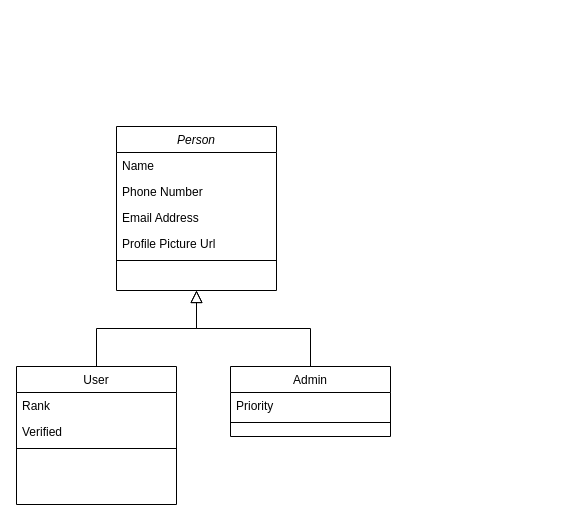
Earlier version of the draw.io diagram TECH-COMMUNITY.drawio.xml (SS0809/diagrams.net). Source tidied: cells renumbered, new cells numbered last; positions are measured from the earlier drawing's top-left corner, leaving out a move shared by most shapes. Both pictures are drawn from the tidied source at 100%, with x=0, y=0 at pixel (16, 126).
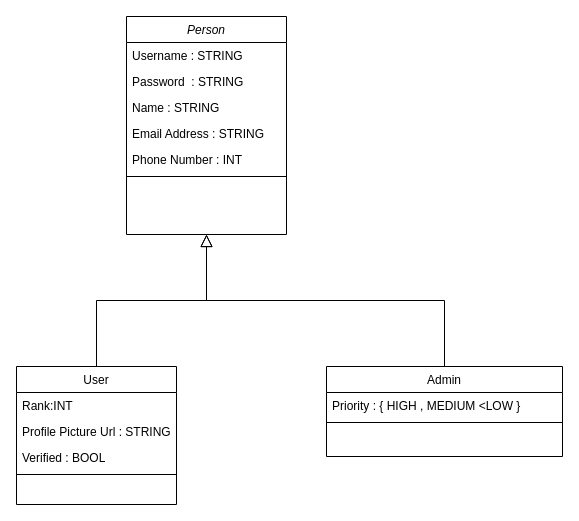
After the change.

The edit, as a diff of the source:
```diff
@@
 <mxGraphModel>
   <root>
     <mxCell id="0" />
     <mxCell id="1" parent="0" />
     <mxCell id="2" value="Person" style="swimlane;fontStyle=2;align=center;verticalAlign=top;horizontal=1;startSize=26;rounded=0;shadow=0;strokeWidth=1;" parent="1" vertex="1">
-      <mxGeometry x="100" width="160" height="164" as="geometry" />
+      <mxGeometry x="110" y="-110" width="160" height="218" as="geometry" />
     </mxCell>
+    <mxCell id="17" value="Username : STRING " style="text;align=left;verticalAlign=top;spacingLeft=4;spacingRight=4;overflow=hidden;" parent="2" vertex="1">
+      <mxGeometry y="26" width="160" height="26" as="geometry" />
+    </mxCell>
+    <mxCell id="18" value="Password  : STRING" style="text;align=left;verticalAlign=top;spacingLeft=4;spacingRight=4;overflow=hidden;" parent="2" vertex="1">
+      <mxGeometry y="52" width="160" height="26" as="geometry" />
+    </mxCell>
-    <mxCell id="3" value="Name" style="text;align=left;verticalAlign=top;spacingLeft=4;spacingRight=4;overflow=hidden;" parent="2" vertex="1">
-      <mxGeometry y="26" width="160" height="26" as="geometry" />
+    <mxCell id="3" value="Name : STRING " style="text;align=left;verticalAlign=top;spacingLeft=4;spacingRight=4;overflow=hidden;" parent="2" vertex="1">
+      <mxGeometry y="78" width="160" height="26" as="geometry" />
     </mxCell>
+    <mxCell id="5" value="Email Address : STRING" style="text;align=left;verticalAlign=top;spacingLeft=4;spacingRight=4;overflow=hidden;rounded=0;shadow=0;html=0;" parent="2" vertex="1">
+      <mxGeometry y="104" width="160" height="26" as="geometry" />
+    </mxCell>
-    <mxCell id="4" value="Phone Number" style="text;align=left;verticalAlign=top;spacingLeft=4;spacingRight=4;overflow=hidden;rounded=0;shadow=0;html=0;" parent="2" vertex="1">
-      <mxGeometry y="52" width="160" height="26" as="geometry" />
+    <mxCell id="4" value="Phone Number : INT" style="text;align=left;verticalAlign=top;spacingLeft=4;spacingRight=4;overflow=hidden;rounded=0;shadow=0;html=0;" parent="2" vertex="1">
+      <mxGeometry y="130" width="160" height="26" as="geometry" />
     </mxCell>
-    <mxCell id="5" value="Email Address" style="text;align=left;verticalAlign=top;spacingLeft=4;spacingRight=4;overflow=hidden;rounded=0;shadow=0;html=0;" parent="2" vertex="1">
-      <mxGeometry y="78" width="160" height="26" as="geometry" />
-    </mxCell>
-    <mxCell id="6" value="Profile Picture Url" style="text;align=left;verticalAlign=top;spacingLeft=4;spacingRight=4;overflow=hidden;rounded=0;shadow=0;html=0;" parent="2" vertex="1">
-      <mxGeometry y="104" width="160" height="26" as="geometry" />
-    </mxCell>
     <mxCell id="7" style="line;html=1;strokeWidth=1;align=left;verticalAlign=middle;spacingTop=-1;spacingLeft=3;spacingRight=3;labelPosition=right;" parent="2" vertex="1">
-      <mxGeometry y="130" width="160" height="8" as="geometry" />
+      <mxGeometry y="156" width="160" height="8" as="geometry" />
     </mxCell>
     <mxCell id="8" value="User" style="swimlane;fontStyle=0;align=center;verticalAlign=top;horizontal=1;startSize=26;rounded=0;shadow=0;strokeWidth=1;" parent="1" vertex="1">
       <mxGeometry y="240" width="160" height="138" as="geometry" />
     </mxCell>
-    <mxCell id="9" value="Rank" style="text;align=left;verticalAlign=top;spacingLeft=4;spacingRight=4;overflow=hidden;" parent="8" vertex="1">
+    <mxCell id="9" value="Rank:INT" style="text;align=left;verticalAlign=top;spacingLeft=4;spacingRight=4;overflow=hidden;" parent="8" vertex="1">
       <mxGeometry y="26" width="160" height="26" as="geometry" />
     </mxCell>
+    <mxCell id="6" value="Profile Picture Url : STRING" style="text;align=left;verticalAlign=top;spacingLeft=4;spacingRight=4;overflow=hidden;rounded=0;shadow=0;html=0;" parent="8" vertex="1">
+      <mxGeometry y="52" width="160" height="26" as="geometry" />
+    </mxCell>
-    <mxCell id="10" value="Verified&#10;" style="text;align=left;verticalAlign=top;spacingLeft=4;spacingRight=4;overflow=hidden;rounded=0;shadow=0;html=0;" parent="8" vertex="1">
-      <mxGeometry y="52" width="160" height="26" as="geometry" />
+    <mxCell id="10" value="Verified : BOOL " style="text;align=left;verticalAlign=top;spacingLeft=4;spacingRight=4;overflow=hidden;rounded=0;shadow=0;html=0;" parent="8" vertex="1">
+      <mxGeometry y="78" width="160" height="26" as="geometry" />
     </mxCell>
     <mxCell id="11" style="line;html=1;strokeWidth=1;align=left;verticalAlign=middle;spacingTop=-1;spacingLeft=3;spacingRight=3;labelPosition=right;" parent="8" vertex="1">
-      <mxGeometry y="78" width="160" height="8" as="geometry" />
+      <mxGeometry y="104" width="160" height="8" as="geometry" />
     </mxCell>
     <mxCell id="12" style="endArrow=block;endSize=10;endFill=0;shadow=0;strokeWidth=1;rounded=0;edgeStyle=elbowEdgeStyle;elbow=vertical;" parent="1" edge="1" source="8" target="2">
       <mxGeometry relative="1" as="geometry" />
     </mxCell>
     <mxCell id="13" value="Admin" style="swimlane;fontStyle=0;align=center;verticalAlign=top;horizontal=1;startSize=26;rounded=0;shadow=0;strokeWidth=1;" parent="1" vertex="1">
-      <mxGeometry x="214" y="240" width="160" height="70" as="geometry" />
+      <mxGeometry x="310" y="240" width="236" height="90" as="geometry" />
     </mxCell>
-    <mxCell id="14" value="Priority" style="text;align=left;verticalAlign=top;spacingLeft=4;spacingRight=4;overflow=hidden;" parent="13" vertex="1">
-      <mxGeometry y="26" width="160" height="26" as="geometry" />
+    <mxCell id="14" value="Priority : { HIGH , MEDIUM &lt;LOW }" style="text;align=left;verticalAlign=top;spacingLeft=4;spacingRight=4;overflow=hidden;" parent="13" vertex="1">
+      <mxGeometry y="26" width="236" height="26" as="geometry" />
     </mxCell>
     <mxCell id="15" style="line;html=1;strokeWidth=1;align=left;verticalAlign=middle;spacingTop=-1;spacingLeft=3;spacingRight=3;labelPosition=right;" parent="13" vertex="1">
-      <mxGeometry y="52" width="160" height="8" as="geometry" />
+      <mxGeometry y="52" width="236" height="8" as="geometry" />
     </mxCell>
     <mxCell id="16" style="endArrow=block;endSize=10;endFill=0;shadow=0;strokeWidth=1;rounded=0;edgeStyle=elbowEdgeStyle;elbow=vertical;" parent="1" edge="1" source="13" target="2">
       <mxGeometry relative="1" as="geometry" />
     </mxCell>
   </root>
 </mxGraphModel>
```
